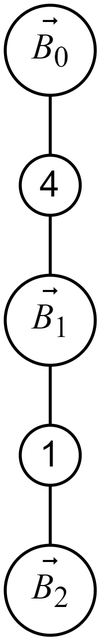
Above: thesis/images/first_BCT.png in IC-99/book-embeddings (draw.io), before the change. Source tidied: cells renumbered, new cells last; positions are measured from the earlier drawing's top-left corner, leaving out a move shared by most shapes.
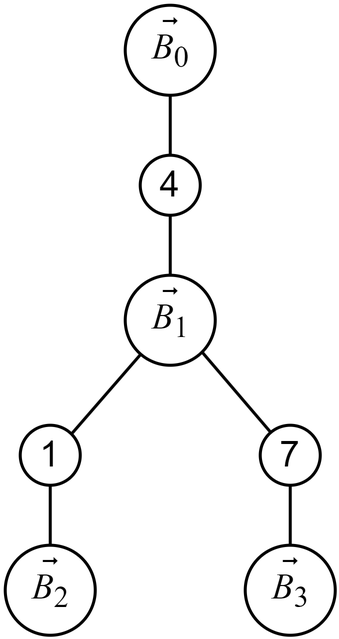
After the commit.

Diff of the diagram source:
```diff
@@ -30,22 +30,40 @@
       <mxGeometry relative="1" as="geometry" />
     </mxCell>
     <mxCell id="11" value="&lt;font face=&quot;Helvetica&quot; style=&quot;font-size: 24px;&quot;&gt;1&lt;/font&gt;" style="ellipse;whiteSpace=wrap;html=1;strokeWidth=2;" parent="1" vertex="1">
-      <mxGeometry x="10" y="280" width="40" height="40" as="geometry" />
+      <mxGeometry x="-70" y="280" width="40" height="40" as="geometry" />
     </mxCell>
-    <mxCell id="12" style="endArrow=none;html=1;rounded=0;entryX=0.5;entryY=0;entryDx=0;entryDy=0;exitX=0.5;exitY=1;exitDx=0;exitDy=0;fontSize=11;strokeWidth=2;" parent="1" edge="1" source="7" target="11">
+    <mxCell id="12" style="endArrow=none;html=1;rounded=0;entryX=1;entryY=0;entryDx=0;entryDy=0;fontSize=11;strokeWidth=2;" parent="1" edge="1" source="7" target="11">
       <mxGeometry relative="1" as="geometry" />
     </mxCell>
     <mxCell id="13" style="ellipse;whiteSpace=wrap;html=1;strokeWidth=2;fontSize=15;" parent="1" vertex="1">
-      <mxGeometry y="360" width="60" height="60" as="geometry" />
+      <mxGeometry x="-80" y="360" width="60" height="60" as="geometry" />
     </mxCell>
     <mxCell id="14" value="&lt;span style=&quot;font-size: 24px;&quot;&gt;&lt;span style=&quot;font-style: italic;&quot;&gt;B&lt;/span&gt;&lt;span style=&quot;&quot;&gt;&lt;sub style=&quot;&quot;&gt;2&lt;/sub&gt;&lt;/span&gt;&lt;/span&gt;" style="text;html=1;align=center;verticalAlign=middle;strokeColor=none;fillColor=none;strokeWidth=1;fontFamily=Times New Roman;fontStyle=0;" parent="1" vertex="1">
-      <mxGeometry x="5" y="365" width="50" height="50" as="geometry" />
+      <mxGeometry x="-75" y="365" width="50" height="50" as="geometry" />
     </mxCell>
     <mxCell id="15" value="&lt;var style=&quot;font-size: 24px;&quot; class=&quot;vector&quot;&gt;&lt;span style=&quot;font-size: 24px;&quot;&gt;&lt;font style=&quot;font-size: 24px;&quot;&gt;⃗&lt;/font&gt;&lt;/span&gt;&lt;/var&gt;" style="text;html=1;align=center;verticalAlign=middle;strokeColor=none;fillColor=none;fontFamily=Times New Roman;fontSize=24;" parent="1" vertex="1">
-      <mxGeometry x="20" y="360" width="20" height="40" as="geometry" />
+      <mxGeometry x="-60" y="360" width="20" height="40" as="geometry" />
     </mxCell>
     <mxCell id="16" style="endArrow=none;html=1;rounded=0;entryX=0.5;entryY=0;entryDx=0;entryDy=0;exitX=0.5;exitY=1;exitDx=0;exitDy=0;fontSize=11;strokeWidth=2;" parent="1" edge="1" source="11" target="13">
       <mxGeometry relative="1" as="geometry" />
     </mxCell>
+    <mxCell id="17" value="&lt;font face=&quot;Helvetica&quot; style=&quot;font-size: 24px;&quot;&gt;7&lt;/font&gt;" style="ellipse;whiteSpace=wrap;html=1;strokeWidth=2;" parent="1" vertex="1">
+      <mxGeometry x="90" y="280" width="40" height="40" as="geometry" />
+    </mxCell>
+    <mxCell id="18" style="ellipse;whiteSpace=wrap;html=1;strokeWidth=2;fontSize=15;" parent="1" vertex="1">
+      <mxGeometry x="80" y="360" width="60" height="60" as="geometry" />
+    </mxCell>
+    <mxCell id="19" value="&lt;span style=&quot;font-size: 24px;&quot;&gt;&lt;span style=&quot;font-style: italic;&quot;&gt;B&lt;/span&gt;&lt;span style=&quot;&quot;&gt;&lt;sub style=&quot;&quot;&gt;3&lt;/sub&gt;&lt;/span&gt;&lt;/span&gt;" style="text;html=1;align=center;verticalAlign=middle;strokeColor=none;fillColor=none;strokeWidth=1;fontFamily=Times New Roman;fontStyle=0;" parent="1" vertex="1">
+      <mxGeometry x="85" y="365" width="50" height="50" as="geometry" />
+    </mxCell>
+    <mxCell id="20" value="&lt;var style=&quot;font-size: 24px;&quot; class=&quot;vector&quot;&gt;&lt;span style=&quot;font-size: 24px;&quot;&gt;&lt;font style=&quot;font-size: 24px;&quot;&gt;⃗&lt;/font&gt;&lt;/span&gt;&lt;/var&gt;" style="text;html=1;align=center;verticalAlign=middle;strokeColor=none;fillColor=none;fontFamily=Times New Roman;fontSize=24;" parent="1" vertex="1">
+      <mxGeometry x="100" y="360" width="20" height="40" as="geometry" />
+    </mxCell>
+    <mxCell id="21" style="endArrow=none;html=1;rounded=0;entryX=0.5;entryY=0;entryDx=0;entryDy=0;exitX=0.5;exitY=1;exitDx=0;exitDy=0;fontSize=11;strokeWidth=2;" parent="1" edge="1" source="17" target="18">
+      <mxGeometry relative="1" as="geometry" />
+    </mxCell>
+    <mxCell id="22" style="endArrow=none;html=1;rounded=0;fontSize=11;strokeWidth=2;exitX=1;exitY=1;exitDx=0;exitDy=0;" parent="1" edge="1" source="7" target="17">
+      <mxGeometry relative="1" as="geometry" />
+    </mxCell>
   </root>
 </mxGraphModel>
```
